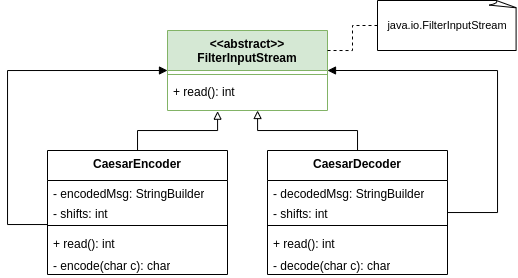
Earlier version of the draw.io export src/main/java/caesarcracker/diagrams/caesarcracker_class_diagram.png (ValenButtignol/oo-design-final). Source tidied: cells renumbered, new cells last; positions are measured from the earlier drawing's top-left corner, leaving out a move shared by most shapes.
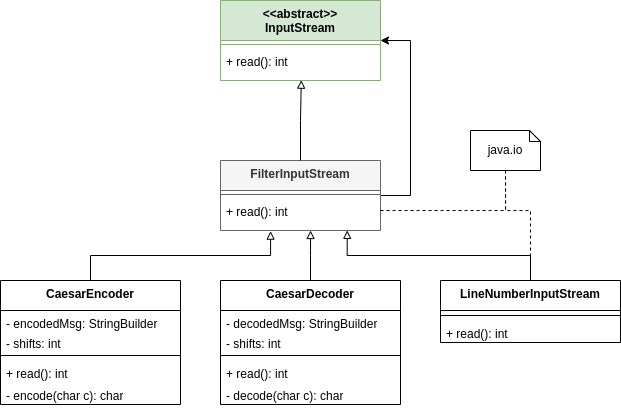
The same diagram one commit later.

Commit message:
Fix caesar cracker class diagram

Diff of the diagram source:
```diff
@@ -2,78 +2,106 @@
   <root>
     <mxCell id="0" />
     <mxCell id="1" parent="0" />
-    <mxCell id="2" value="&lt;div&gt;&amp;lt;&amp;lt;abstract&amp;gt;&amp;gt;&lt;br&gt;&lt;/div&gt;&lt;div&gt;FilterInputStream&lt;/div&gt;" style="swimlane;fontStyle=1;align=center;verticalAlign=top;horizontal=1;startSize=40;whiteSpace=wrap;html=1;fillColor=#d5e8d4;strokeColor=#82b366;" parent="1" vertex="1">
-      <mxGeometry x="160" y="30" width="160" height="80" as="geometry" />
-    </mxCell>
+    <mxCell id="23" style="edgeStyle=orthogonalEdgeStyle;rounded=0;jettySize=auto;html=1;entryX=1;entryY=0.5;entryDx=0;entryDy=0;" parent="1" edge="1" source="24" target="35">
+      <mxGeometry relative="1" as="geometry">
+        <Array as="points">
+          <mxPoint x="450" y="65" />
+          <mxPoint x="450" y="-90" />
+        </Array>
+      </mxGeometry>
+    </mxCell>
+    <mxCell id="24" value="&lt;div&gt;&lt;span style=&quot;background-color: initial;&quot;&gt;FilterInputStream&lt;/span&gt;&lt;br&gt;&lt;/div&gt;" style="swimlane;fontStyle=1;align=center;verticalAlign=top;horizontal=1;startSize=30;whiteSpace=wrap;html=1;fillColor=#f5f5f5;strokeColor=#666666;fontColor=#333333;" parent="1" vertex="1">
+      <mxGeometry x="260" y="30" width="160" height="70" as="geometry" />
+    </mxCell>
+    <mxCell id="25" style="line;strokeWidth=1;fillColor=none;align=left;verticalAlign=middle;spacingTop=-1;spacingLeft=3;spacingRight=3;labelPosition=right;strokeColor=inherit;" parent="24" vertex="1">
+      <mxGeometry y="30" width="160" height="8" as="geometry" />
+    </mxCell>
+    <mxCell id="26" value="+ read(): int" style="text;strokeColor=none;fillColor=none;align=left;verticalAlign=top;spacingLeft=4;spacingRight=4;overflow=hidden;points=[[0,0.5],[1,0.5]];portConstraint=eastwest;whiteSpace=wrap;html=1;" parent="24" vertex="1">
+      <mxGeometry y="38" width="160" height="32" as="geometry" />
+    </mxCell>
+    <mxCell id="5" value="CaesarEncoder" style="swimlane;fontStyle=1;align=center;verticalAlign=top;horizontal=1;startSize=30;whiteSpace=wrap;html=1;" parent="1" vertex="1">
+      <mxGeometry x="40" y="150" width="180" height="124" as="geometry" />
+    </mxCell>
+    <mxCell id="6" value="&lt;div&gt;- encodedMsg: StringBuilder&lt;/div&gt;" style="text;strokeColor=none;fillColor=none;align=left;verticalAlign=top;spacingLeft=4;spacingRight=4;overflow=hidden;whiteSpace=wrap;html=1;" parent="5" vertex="1">
+      <mxGeometry y="30" width="180" height="20" as="geometry" />
+    </mxCell>
+    <mxCell id="27" value="&lt;div&gt;- shifts: int&lt;/div&gt;" style="text;strokeColor=none;fillColor=none;align=left;verticalAlign=top;spacingLeft=4;spacingRight=4;overflow=hidden;whiteSpace=wrap;html=1;" parent="5" vertex="1">
+      <mxGeometry y="50" width="180" height="20" as="geometry" />
+    </mxCell>
+    <mxCell id="28" style="line;strokeWidth=1;fillColor=none;align=left;verticalAlign=middle;spacingTop=-1;spacingLeft=3;spacingRight=3;labelPosition=right;strokeColor=inherit;" parent="5" vertex="1">
+      <mxGeometry y="70" width="180" height="10" as="geometry" />
+    </mxCell>
+    <mxCell id="29" value="+ read(): int" style="text;strokeColor=none;fillColor=none;align=left;verticalAlign=top;spacingLeft=4;spacingRight=4;overflow=hidden;whiteSpace=wrap;html=1;" parent="5" vertex="1">
+      <mxGeometry y="80" width="180" height="22" as="geometry" />
+    </mxCell>
+    <mxCell id="10" value="- encode(char c): char" style="text;strokeColor=none;fillColor=none;align=left;verticalAlign=top;spacingLeft=4;spacingRight=4;overflow=hidden;whiteSpace=wrap;html=1;" parent="5" vertex="1">
+      <mxGeometry y="102" width="180" height="22" as="geometry" />
+    </mxCell>
+    <mxCell id="30" style="edgeStyle=orthogonalEdgeStyle;rounded=0;jettySize=auto;html=1;entryX=0.313;entryY=1.021;entryDx=0;entryDy=0;entryPerimeter=0;endArrow=block;endFill=0;" parent="1" edge="1" source="5" target="26">
+      <mxGeometry relative="1" as="geometry" />
+    </mxCell>
+    <mxCell id="14" value="CaesarDecoder" style="swimlane;fontStyle=1;align=center;verticalAlign=top;horizontal=1;startSize=30;whiteSpace=wrap;html=1;" parent="1" vertex="1">
+      <mxGeometry x="260" y="150" width="180" height="124" as="geometry" />
+    </mxCell>
+    <mxCell id="15" value="&lt;div&gt;- decodedMsg: StringBuilder&lt;/div&gt;" style="text;strokeColor=none;fillColor=none;align=left;verticalAlign=top;spacingLeft=4;spacingRight=4;overflow=hidden;whiteSpace=wrap;html=1;" parent="14" vertex="1">
+      <mxGeometry y="30" width="180" height="20" as="geometry" />
+    </mxCell>
+    <mxCell id="31" value="&lt;div&gt;- shifts: int&lt;/div&gt;" style="text;strokeColor=none;fillColor=none;align=left;verticalAlign=top;spacingLeft=4;spacingRight=4;overflow=hidden;whiteSpace=wrap;html=1;" parent="14" vertex="1">
+      <mxGeometry y="50" width="180" height="20" as="geometry" />
+    </mxCell>
+    <mxCell id="32" style="line;strokeWidth=1;fillColor=none;align=left;verticalAlign=middle;spacingTop=-1;spacingLeft=3;spacingRight=3;labelPosition=right;strokeColor=inherit;" parent="14" vertex="1">
+      <mxGeometry y="70" width="180" height="10" as="geometry" />
+    </mxCell>
+    <mxCell id="33" value="+ read(): int" style="text;strokeColor=none;fillColor=none;align=left;verticalAlign=top;spacingLeft=4;spacingRight=4;overflow=hidden;whiteSpace=wrap;html=1;" parent="14" vertex="1">
+      <mxGeometry y="80" width="180" height="22" as="geometry" />
+    </mxCell>
+    <mxCell id="19" value="- decode(char c): char" style="text;strokeColor=none;fillColor=none;align=left;verticalAlign=top;spacingLeft=4;spacingRight=4;overflow=hidden;whiteSpace=wrap;html=1;" parent="14" vertex="1">
+      <mxGeometry y="102" width="180" height="22" as="geometry" />
+    </mxCell>
+    <mxCell id="34" style="edgeStyle=orthogonalEdgeStyle;rounded=0;jettySize=auto;html=1;entryX=0.563;entryY=1;entryDx=0;entryDy=0;entryPerimeter=0;endArrow=block;endFill=0;" parent="1" edge="1" source="14" target="26">
+      <mxGeometry relative="1" as="geometry" />
+    </mxCell>
+    <mxCell id="35" value="&lt;div&gt;&amp;lt;&amp;lt;abstract&amp;gt;&amp;gt;&lt;br&gt;&lt;/div&gt;&lt;div&gt;InputStream&lt;/div&gt;" style="swimlane;fontStyle=1;align=center;verticalAlign=top;horizontal=1;startSize=40;whiteSpace=wrap;html=1;fillColor=#d5e8d4;strokeColor=#82b366;" parent="1" vertex="1">
+      <mxGeometry x="260" y="-130" width="160" height="80" as="geometry" />
+    </mxCell>
-    <mxCell id="3" style="line;strokeWidth=1;fillColor=none;align=left;verticalAlign=middle;spacingTop=-1;spacingLeft=3;spacingRight=3;labelPosition=right;strokeColor=inherit;" parent="2" vertex="1">
+    <mxCell id="3" style="line;strokeWidth=1;fillColor=none;align=left;verticalAlign=middle;spacingTop=-1;spacingLeft=3;spacingRight=3;labelPosition=right;strokeColor=inherit;" parent="35" vertex="1">
       <mxGeometry y="40" width="160" height="8" as="geometry" />
     </mxCell>
-    <mxCell id="4" value="+ read(): int" style="text;strokeColor=none;fillColor=none;align=left;verticalAlign=top;spacingLeft=4;spacingRight=4;overflow=hidden;points=[[0,0.5],[1,0.5]];portConstraint=eastwest;whiteSpace=wrap;html=1;" parent="2" vertex="1">
+    <mxCell id="4" value="+ read(): int" style="text;strokeColor=none;fillColor=none;align=left;verticalAlign=top;spacingLeft=4;spacingRight=4;overflow=hidden;points=[[0,0.5],[1,0.5]];portConstraint=eastwest;whiteSpace=wrap;html=1;" parent="35" vertex="1">
       <mxGeometry y="48" width="160" height="32" as="geometry" />
     </mxCell>
-    <mxCell id="5" value="CaesarEncoder" style="swimlane;fontStyle=1;align=center;verticalAlign=top;horizontal=1;startSize=30;whiteSpace=wrap;html=1;" parent="1" vertex="1">
-      <mxGeometry x="40" y="150" width="180" height="124" as="geometry" />
-    </mxCell>
-    <mxCell id="6" value="&lt;div&gt;- encodedMsg: StringBuilder&lt;/div&gt;" style="text;strokeColor=none;fillColor=none;align=left;verticalAlign=top;spacingLeft=4;spacingRight=4;overflow=hidden;whiteSpace=wrap;html=1;" parent="5" vertex="1">
-      <mxGeometry y="30" width="180" height="20" as="geometry" />
-    </mxCell>
-    <mxCell id="7" value="&lt;div&gt;- shifts: int&lt;/div&gt;" style="text;strokeColor=none;fillColor=none;align=left;verticalAlign=top;spacingLeft=4;spacingRight=4;overflow=hidden;whiteSpace=wrap;html=1;" parent="5" vertex="1">
-      <mxGeometry y="50" width="180" height="20" as="geometry" />
-    </mxCell>
-    <mxCell id="8" style="line;strokeWidth=1;fillColor=none;align=left;verticalAlign=middle;spacingTop=-1;spacingLeft=3;spacingRight=3;labelPosition=right;points=[];portConstraint=eastwest;strokeColor=inherit;" parent="5" vertex="1">
-      <mxGeometry y="70" width="180" height="10" as="geometry" />
-    </mxCell>
-    <mxCell id="9" value="+ read(): int" style="text;strokeColor=none;fillColor=none;align=left;verticalAlign=top;spacingLeft=4;spacingRight=4;overflow=hidden;whiteSpace=wrap;html=1;" parent="5" vertex="1">
-      <mxGeometry y="80" width="180" height="22" as="geometry" />
-    </mxCell>
-    <mxCell id="10" value="- encode(char c): char" style="text;strokeColor=none;fillColor=none;align=left;verticalAlign=top;spacingLeft=4;spacingRight=4;overflow=hidden;whiteSpace=wrap;html=1;" parent="5" vertex="1">
-      <mxGeometry y="102" width="180" height="22" as="geometry" />
-    </mxCell>
-    <mxCell id="11" style="edgeStyle=orthogonalEdgeStyle;rounded=0;jettySize=auto;html=1;entryX=0.313;entryY=1.021;entryDx=0;entryDy=0;entryPerimeter=0;endArrow=block;endFill=0;" parent="1" edge="1" source="5" target="4">
-      <mxGeometry relative="1" as="geometry" />
-    </mxCell>
-    <mxCell id="12" style="edgeStyle=orthogonalEdgeStyle;rounded=0;jettySize=auto;html=1;entryX=0;entryY=0.5;entryDx=0;entryDy=0;endArrow=block;endFill=1;" parent="1" edge="1" source="8" target="2">
-      <mxGeometry relative="1" as="geometry">
-        <Array as="points">
-          <mxPoint y="224" />
-          <mxPoint y="70" />
-        </Array>
-      </mxGeometry>
-    </mxCell>
-    <mxCell id="13" style="edgeStyle=orthogonalEdgeStyle;rounded=0;jettySize=auto;html=1;entryX=1;entryY=0.5;entryDx=0;entryDy=0;endArrow=block;endFill=1;" parent="1" edge="1" source="14" target="2">
-      <mxGeometry relative="1" as="geometry">
-        <Array as="points">
-          <mxPoint x="490" y="212" />
-          <mxPoint x="490" y="70" />
-        </Array>
-      </mxGeometry>
-    </mxCell>
-    <mxCell id="14" value="CaesarDecoder" style="swimlane;fontStyle=1;align=center;verticalAlign=top;horizontal=1;startSize=30;whiteSpace=wrap;html=1;" parent="1" vertex="1">
-      <mxGeometry x="260" y="150" width="180" height="124" as="geometry" />
-    </mxCell>
-    <mxCell id="15" value="&lt;div&gt;- decodedMsg: StringBuilder&lt;/div&gt;" style="text;strokeColor=none;fillColor=none;align=left;verticalAlign=top;spacingLeft=4;spacingRight=4;overflow=hidden;whiteSpace=wrap;html=1;" parent="14" vertex="1">
-      <mxGeometry y="30" width="180" height="20" as="geometry" />
-    </mxCell>
-    <mxCell id="16" value="&lt;div&gt;- shifts: int&lt;/div&gt;" style="text;strokeColor=none;fillColor=none;align=left;verticalAlign=top;spacingLeft=4;spacingRight=4;overflow=hidden;whiteSpace=wrap;html=1;" parent="14" vertex="1">
-      <mxGeometry y="50" width="180" height="20" as="geometry" />
-    </mxCell>
-    <mxCell id="17" style="line;strokeWidth=1;fillColor=none;align=left;verticalAlign=middle;spacingTop=-1;spacingLeft=3;spacingRight=3;labelPosition=right;strokeColor=inherit;" parent="14" vertex="1">
-      <mxGeometry y="70" width="180" height="10" as="geometry" />
-    </mxCell>
-    <mxCell id="18" value="+ read(): int" style="text;strokeColor=none;fillColor=none;align=left;verticalAlign=top;spacingLeft=4;spacingRight=4;overflow=hidden;whiteSpace=wrap;html=1;" parent="14" vertex="1">
-      <mxGeometry y="80" width="180" height="22" as="geometry" />
-    </mxCell>
-    <mxCell id="19" value="- decode(char c): char" style="text;strokeColor=none;fillColor=none;align=left;verticalAlign=top;spacingLeft=4;spacingRight=4;overflow=hidden;whiteSpace=wrap;html=1;" parent="14" vertex="1">
-      <mxGeometry y="102" width="180" height="22" as="geometry" />
-    </mxCell>
-    <mxCell id="20" style="edgeStyle=orthogonalEdgeStyle;rounded=0;jettySize=auto;html=1;entryX=1;entryY=0.25;entryDx=0;entryDy=0;endArrow=none;endFill=0;dashed=1;" parent="1" edge="1" source="21" target="2">
-      <mxGeometry relative="1" as="geometry" />
-    </mxCell>
-    <mxCell id="21" value="&lt;div style=&quot;font-size: 11px;&quot;&gt;&lt;font style=&quot;font-size: 11px;&quot;&gt;&lt;br&gt;&lt;/font&gt;&lt;/div&gt;&lt;div style=&quot;font-size: 11px;&quot;&gt;&lt;font style=&quot;font-size: 11px;&quot;&gt;java.io.FilterInputStream&lt;/font&gt;&lt;/div&gt;&lt;div style=&quot;font-size: 11px;&quot;&gt;&lt;font style=&quot;font-size: 11px;&quot;&gt;&lt;br&gt;&lt;/font&gt;&lt;/div&gt;" style="whiteSpace=wrap;html=1;shape=mxgraph.basic.document;" parent="1" vertex="1">
-      <mxGeometry x="370" width="140" height="50" as="geometry" />
-    </mxCell>
-    <mxCell id="22" style="edgeStyle=orthogonalEdgeStyle;rounded=0;jettySize=auto;html=1;entryX=0.563;entryY=1;entryDx=0;entryDy=0;entryPerimeter=0;endArrow=block;endFill=0;" parent="1" edge="1" source="14" target="4">
-      <mxGeometry relative="1" as="geometry" />
-    </mxCell>
+    <mxCell id="36" style="edgeStyle=orthogonalEdgeStyle;rounded=0;jettySize=auto;html=1;entryX=0.505;entryY=0.99;entryDx=0;entryDy=0;entryPerimeter=0;endArrow=block;endFill=0;" parent="1" edge="1" source="24" target="4">
+      <mxGeometry relative="1" as="geometry" />
+    </mxCell>
+    <mxCell id="37" style="edgeStyle=orthogonalEdgeStyle;rounded=0;jettySize=auto;html=1;endArrow=none;endFill=0;dashed=1;" parent="1" edge="1" source="38" target="26">
+      <mxGeometry relative="1" as="geometry">
+        <Array as="points">
+          <mxPoint x="545" y="80" />
+        </Array>
+      </mxGeometry>
+    </mxCell>
+    <mxCell id="38" value="java.io" style="shape=note2;boundedLbl=1;whiteSpace=wrap;html=1;size=11;verticalAlign=middle;align=center;" parent="1" vertex="1">
+      <mxGeometry x="510" width="70" height="40" as="geometry" />
+    </mxCell>
+    <mxCell id="39" value="LineNumberInputStream" style="swimlane;fontStyle=1;align=center;verticalAlign=top;horizontal=1;startSize=30;whiteSpace=wrap;html=1;" parent="1" vertex="1">
+      <mxGeometry x="480" y="150" width="180" height="62" as="geometry" />
+    </mxCell>
+    <mxCell id="40" style="line;strokeWidth=1;fillColor=none;align=left;verticalAlign=middle;spacingTop=-1;spacingLeft=3;spacingRight=3;labelPosition=right;strokeColor=inherit;" parent="39" vertex="1">
+      <mxGeometry y="30" width="180" height="10" as="geometry" />
+    </mxCell>
+    <mxCell id="41" value="+ read(): int" style="text;strokeColor=none;fillColor=none;align=left;verticalAlign=top;spacingLeft=4;spacingRight=4;overflow=hidden;whiteSpace=wrap;html=1;" parent="39" vertex="1">
+      <mxGeometry y="40" width="180" height="22" as="geometry" />
+    </mxCell>
+    <mxCell id="42" style="edgeStyle=orthogonalEdgeStyle;rounded=0;jettySize=auto;html=1;entryX=0.5;entryY=1;entryDx=0;entryDy=0;entryPerimeter=0;endArrow=none;endFill=0;dashed=1;" parent="1" edge="1" source="39" target="38">
+      <mxGeometry relative="1" as="geometry">
+        <Array as="points">
+          <mxPoint x="570" y="80" />
+          <mxPoint x="545" y="80" />
+        </Array>
+      </mxGeometry>
+    </mxCell>
+    <mxCell id="43" style="edgeStyle=orthogonalEdgeStyle;rounded=0;jettySize=auto;html=1;entryX=0.792;entryY=0.997;entryDx=0;entryDy=0;entryPerimeter=0;endArrow=block;endFill=0;" parent="1" edge="1" source="39" target="26">
+      <mxGeometry relative="1" as="geometry" />
+    </mxCell>
   </root>
 </mxGraphModel>
```
